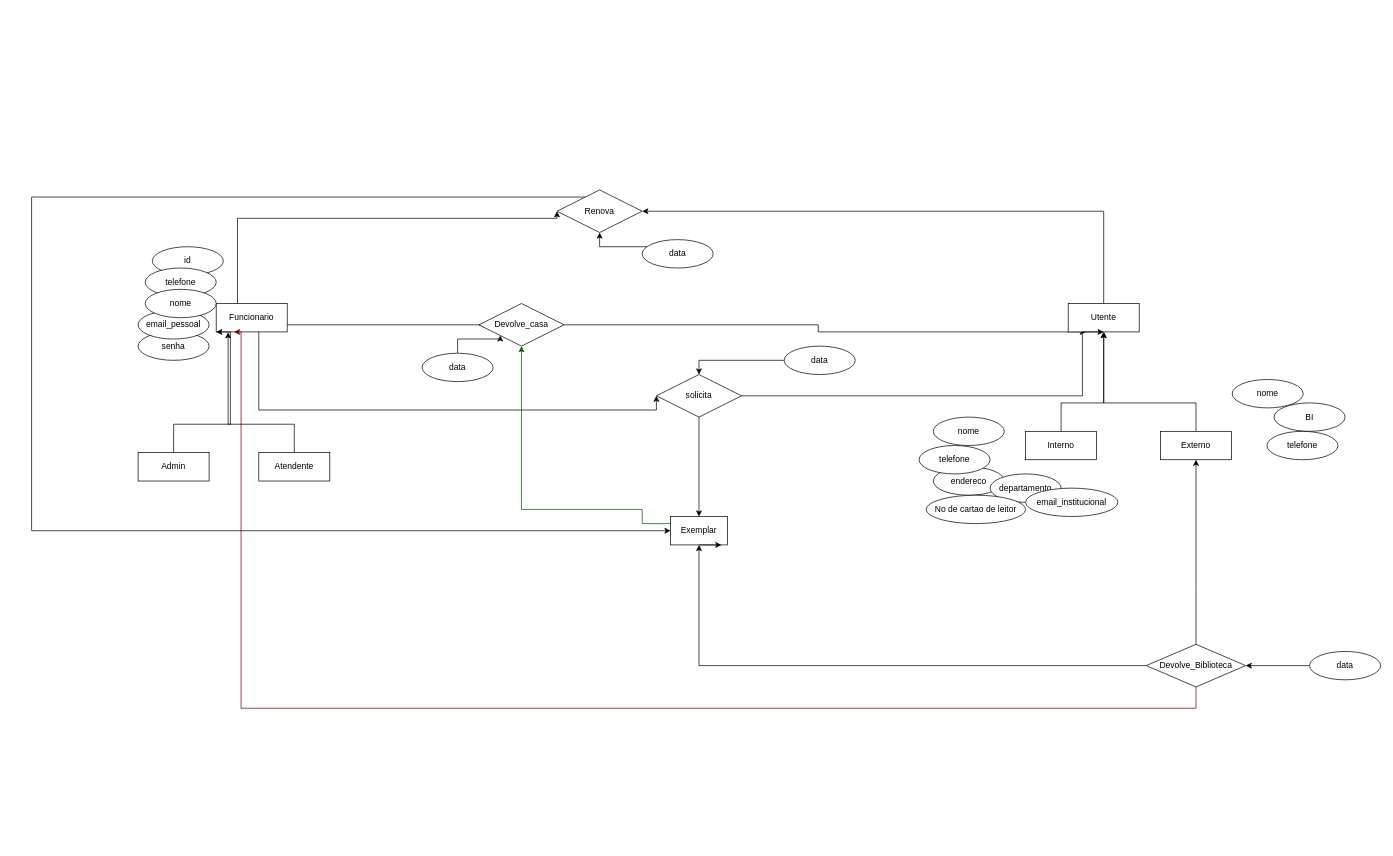
Above: MER/mer_V1.drawio in Frederico100/Projecto_001 (draw.io), before the change. Source tidied: cells renumbered, new cells numbered last; positions are measured from the earlier drawing's top-left corner, leaving out a move shared by most shapes. Both pictures are drawn from the tidied source at 71%, with x=0, y=0 at pixel (31, 190).
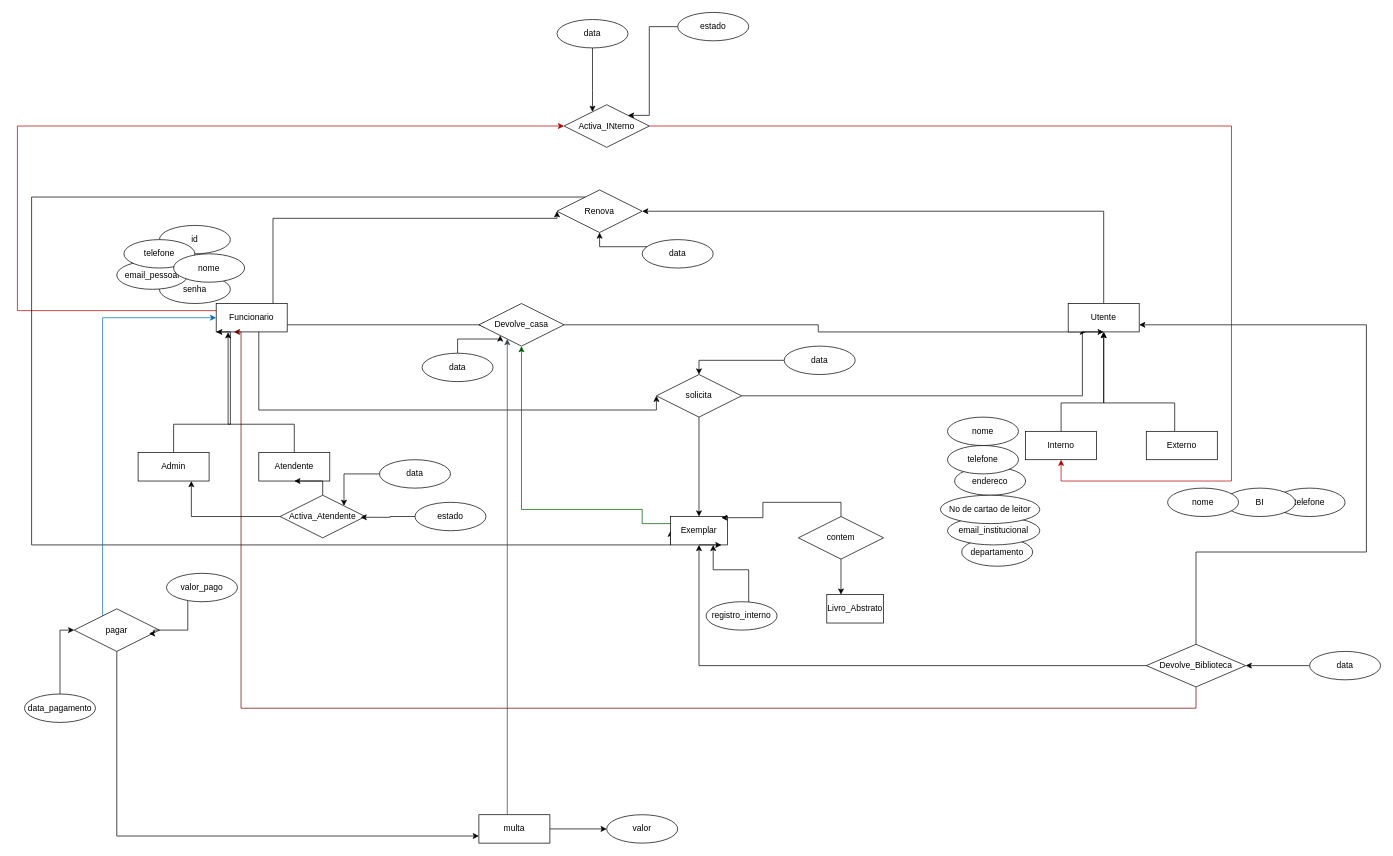
Above is the later version.

The change refers to these unchanged cells:
```xml
<mxCell id="5" value="Funcionario" style="whiteSpace=wrap;html=1;align=center;" parent="1" vertex="1">
  <mxGeometry x="260" y="160" width="100" height="40" as="geometry" />
</mxCell>
<mxCell id="7" value="Devolve_casa" style="shape=rhombus;perimeter=rhombusPerimeter;whiteSpace=wrap;html=1;align=center;" parent="1" vertex="1">
  <mxGeometry x="630" y="160" width="120" height="60" as="geometry" />
</mxCell>
<mxCell id="9" value="Renova" style="shape=rhombus;perimeter=rhombusPerimeter;whiteSpace=wrap;html=1;align=center;" parent="1" vertex="1">
  <mxGeometry x="740" width="120" height="60" as="geometry" />
</mxCell>
<mxCell id="11" value="Utente" style="whiteSpace=wrap;html=1;align=center;" parent="1" vertex="1">
  <mxGeometry x="1460" y="160" width="100" height="40" as="geometry" />
</mxCell>
<mxCell id="13" value="Interno" style="whiteSpace=wrap;html=1;align=center;" parent="1" vertex="1">
  <mxGeometry x="1400" y="340" width="100" height="40" as="geometry" />
</mxCell>
<mxCell id="17" value="Exemplar" style="whiteSpace=wrap;html=1;align=center;" parent="1" vertex="1">
  <mxGeometry x="900" y="460" width="80" height="40" as="geometry" />
</mxCell>
<mxCell id="21" value="Devolve_Biblioteca" style="shape=rhombus;perimeter=rhombusPerimeter;whiteSpace=wrap;html=1;align=center;" parent="1" vertex="1">
  <mxGeometry x="1570" y="640" width="140" height="60" as="geometry" />
</mxCell>
<mxCell id="49" value="Admin" style="whiteSpace=wrap;html=1;align=center;" parent="1" vertex="1">
  <mxGeometry x="150" y="370" width="100" height="40" as="geometry" />
</mxCell>
<mxCell id="51" value="Atendente" style="whiteSpace=wrap;html=1;align=center;" parent="1" vertex="1">
  <mxGeometry x="320" y="370" width="100" height="40" as="geometry" />
</mxCell>
```

What changed in the source:
```diff
@@
     <mxCell id="3" style="edgeStyle=orthogonalEdgeStyle;rounded=0;jettySize=auto;html=1;entryX=0;entryY=0.5;entryDx=0;entryDy=0;" parent="1" edge="1" source="5" target="9">
       <mxGeometry relative="1" as="geometry">
         <Array as="points">
-          <mxPoint x="290" y="40" />
+          <mxPoint x="340" y="40" />
+          <mxPoint x="740" y="40" />
         </Array>
       </mxGeometry>
     </mxCell>
@@
+    <mxCell id="52" style="edgeStyle=orthogonalEdgeStyle;rounded=0;jettySize=auto;html=1;fillColor=#e51400;strokeColor=#B20000;entryX=0;entryY=0.5;entryDx=0;entryDy=0;exitX=0;exitY=0.25;exitDx=0;exitDy=0;" parent="1" edge="1" source="5" target="65">
+      <mxGeometry relative="1" as="geometry">
+        <Array as="points">
+          <mxPoint x="-20" y="170" />
+          <mxPoint x="-20" y="-90" />
+        </Array>
+      </mxGeometry>
+    </mxCell>
@@
     <mxCell id="8" style="edgeStyle=orthogonalEdgeStyle;rounded=0;jettySize=auto;html=1;entryX=0;entryY=0.5;entryDx=0;entryDy=0;" parent="1" edge="1" source="9" target="17">
       <mxGeometry relative="1" as="geometry">
         <Array as="points">
           <mxPoint y="10" />
-          <mxPoint y="480" />
+          <mxPoint y="500" />
+          <mxPoint x="900" y="500" />
         </Array>
       </mxGeometry>
     </mxCell>
@@
     <mxCell id="14" style="edgeStyle=orthogonalEdgeStyle;rounded=0;jettySize=auto;html=1;" parent="1" edge="1" source="15" target="11">
       <mxGeometry relative="1" as="geometry">
         <Array as="points">
-          <mxPoint x="1640" y="300" />
+          <mxPoint x="1610" y="300" />
           <mxPoint x="1510" y="300" />
         </Array>
       </mxGeometry>
     </mxCell>
     <mxCell id="15" value="Externo" style="whiteSpace=wrap;html=1;align=center;" parent="1" vertex="1">
-      <mxGeometry x="1590" y="340" width="100" height="40" as="geometry" />
+      <mxGeometry x="1570" y="340" width="100" height="40" as="geometry" />
     </mxCell>
@@
-    <mxCell id="18" style="edgeStyle=orthogonalEdgeStyle;rounded=0;jettySize=auto;html=1;entryX=0.5;entryY=1;entryDx=0;entryDy=0;" parent="1" edge="1" source="21" target="15">
+    <mxCell id="18" style="edgeStyle=orthogonalEdgeStyle;rounded=0;jettySize=auto;html=1;" parent="1" edge="1" source="21" target="11">
       <mxGeometry relative="1" as="geometry">
         <Array as="points">
-          <mxPoint x="1640" y="560" />
-          <mxPoint x="1640" y="560" />
+          <mxPoint x="1640" y="510" />
+          <mxPoint x="1880" y="510" />
+          <mxPoint x="1880" y="190" />
         </Array>
       </mxGeometry>
     </mxCell>
@@
     <mxCell id="34" value="endereco" style="ellipse;whiteSpace=wrap;html=1;align=center;" parent="1" vertex="1">
-      <mxGeometry x="1270" y="390" width="100" height="40" as="geometry" />
+      <mxGeometry x="1300" y="390" width="100" height="40" as="geometry" />
     </mxCell>
     <mxCell id="35" value="departamento" style="ellipse;whiteSpace=wrap;html=1;align=center;" parent="1" vertex="1">
-      <mxGeometry x="1350" y="400" width="100" height="40" as="geometry" />
+      <mxGeometry x="1310" y="490" width="100" height="40" as="geometry" />
     </mxCell>
     <mxCell id="36" value="email_institucional" style="ellipse;whiteSpace=wrap;html=1;align=center;" parent="1" vertex="1">
-      <mxGeometry x="1400" y="420" width="130" height="40" as="geometry" />
+      <mxGeometry x="1290" y="460" width="130" height="40" as="geometry" />
     </mxCell>
     <mxCell id="37" value="No de cartao de leitor" style="ellipse;whiteSpace=wrap;html=1;align=center;" parent="1" vertex="1">
-      <mxGeometry x="1260" y="430" width="140" height="40" as="geometry" />
+      <mxGeometry x="1280" y="430" width="140" height="40" as="geometry" />
     </mxCell>
     <mxCell id="38" value="telefone" style="ellipse;whiteSpace=wrap;html=1;align=center;" parent="1" vertex="1">
-      <mxGeometry x="1250" y="360" width="100" height="40" as="geometry" />
+      <mxGeometry x="1290" y="360" width="100" height="40" as="geometry" />
     </mxCell>
     <mxCell id="39" value="nome" style="ellipse;whiteSpace=wrap;html=1;align=center;" parent="1" vertex="1">
-      <mxGeometry x="1270" y="320" width="100" height="40" as="geometry" />
+      <mxGeometry x="1290" y="320" width="100" height="40" as="geometry" />
     </mxCell>
     <mxCell id="40" value="telefone" style="ellipse;whiteSpace=wrap;html=1;align=center;" parent="1" vertex="1">
-      <mxGeometry x="1740" y="340" width="100" height="40" as="geometry" />
+      <mxGeometry x="1750" y="420" width="100" height="40" as="geometry" />
     </mxCell>
     <mxCell id="41" value="BI" style="ellipse;whiteSpace=wrap;html=1;align=center;" parent="1" vertex="1">
-      <mxGeometry x="1750" y="300" width="100" height="40" as="geometry" />
+      <mxGeometry x="1680" y="420" width="100" height="40" as="geometry" />
     </mxCell>
     <mxCell id="42" value="nome" style="ellipse;whiteSpace=wrap;html=1;align=center;" parent="1" vertex="1">
-      <mxGeometry x="1691" y="267" width="100" height="40" as="geometry" />
+      <mxGeometry x="1600" y="420" width="100" height="40" as="geometry" />
     </mxCell>
     <mxCell id="43" value="id" style="ellipse;whiteSpace=wrap;html=1;align=center;" parent="1" vertex="1">
-      <mxGeometry x="170" y="80" width="100" height="40" as="geometry" />
+      <mxGeometry x="180" y="50" width="100" height="40" as="geometry" />
     </mxCell>
     <mxCell id="44" value="senha" style="ellipse;whiteSpace=wrap;html=1;align=center;" parent="1" vertex="1">
-      <mxGeometry x="150" y="200" width="100" height="40" as="geometry" />
+      <mxGeometry x="180" y="120" width="100" height="40" as="geometry" />
     </mxCell>
     <mxCell id="45" value="email_pessoal" style="ellipse;whiteSpace=wrap;html=1;align=center;" parent="1" vertex="1">
-      <mxGeometry x="150" y="170" width="100" height="40" as="geometry" />
+      <mxGeometry x="120" y="100" width="100" height="40" as="geometry" />
     </mxCell>
     <mxCell id="46" value="telefone" style="ellipse;whiteSpace=wrap;html=1;align=center;" parent="1" vertex="1">
-      <mxGeometry x="160" y="110" width="100" height="40" as="geometry" />
+      <mxGeometry x="130" y="70" width="100" height="40" as="geometry" />
     </mxCell>
     <mxCell id="47" value="nome" style="ellipse;whiteSpace=wrap;html=1;align=center;" parent="1" vertex="1">
-      <mxGeometry x="160" y="140" width="100" height="40" as="geometry" />
+      <mxGeometry x="200" y="90" width="100" height="40" as="geometry" />
     </mxCell>
@@
+    <mxCell id="53" style="edgeStyle=orthogonalEdgeStyle;rounded=0;jettySize=auto;html=1;entryX=0;entryY=0.75;entryDx=0;entryDy=0;" parent="1" edge="1" source="55" target="58">
+      <mxGeometry relative="1" as="geometry">
+        <Array as="points">
+          <mxPoint x="120" y="910" />
+        </Array>
+      </mxGeometry>
+    </mxCell>
+    <mxCell id="54" style="edgeStyle=orthogonalEdgeStyle;rounded=0;jettySize=auto;html=1;entryX=0;entryY=0.5;entryDx=0;entryDy=0;fillColor=#1ba1e2;strokeColor=#006EAF;" parent="1" edge="1" source="55" target="5">
+      <mxGeometry relative="1" as="geometry">
+        <Array as="points">
+          <mxPoint x="100" y="180" />
+        </Array>
+      </mxGeometry>
+    </mxCell>
+    <mxCell id="55" value="pagar" style="shape=rhombus;perimeter=rhombusPerimeter;whiteSpace=wrap;html=1;align=center;" parent="1" vertex="1">
+      <mxGeometry x="60" y="590" width="120" height="60" as="geometry" />
+    </mxCell>
+    <mxCell id="56" style="edgeStyle=orthogonalEdgeStyle;rounded=0;jettySize=auto;html=1;" parent="1" edge="1" source="58" target="59">
+      <mxGeometry relative="1" as="geometry" />
+    </mxCell>
+    <mxCell id="57" style="edgeStyle=orthogonalEdgeStyle;rounded=0;jettySize=auto;html=1;fillColor=#647687;strokeColor=#314354;" parent="1" edge="1" source="58" target="7">
+      <mxGeometry relative="1" as="geometry">
+        <Array as="points">
+          <mxPoint x="670" y="680" />
+          <mxPoint x="670" y="680" />
+        </Array>
+      </mxGeometry>
+    </mxCell>
+    <mxCell id="58" value="multa" style="whiteSpace=wrap;html=1;align=center;" parent="1" vertex="1">
+      <mxGeometry x="630" y="880" width="100" height="40" as="geometry" />
+    </mxCell>
+    <mxCell id="59" value="valor" style="ellipse;whiteSpace=wrap;html=1;align=center;" parent="1" vertex="1">
+      <mxGeometry x="810" y="880" width="100" height="40" as="geometry" />
+    </mxCell>
+    <mxCell id="60" style="edgeStyle=orthogonalEdgeStyle;rounded=0;jettySize=auto;html=1;entryX=0;entryY=0.5;entryDx=0;entryDy=0;" parent="1" edge="1" source="61" target="55">
+      <mxGeometry relative="1" as="geometry" />
+    </mxCell>
+    <mxCell id="61" value="data_pagamento" style="ellipse;whiteSpace=wrap;html=1;align=center;" parent="1" vertex="1">
+      <mxGeometry x="-10" y="710" width="100" height="40" as="geometry" />
+    </mxCell>
+    <mxCell id="62" style="edgeStyle=orthogonalEdgeStyle;rounded=0;jettySize=auto;html=1;entryX=0.878;entryY=0.582;entryDx=0;entryDy=0;entryPerimeter=0;" parent="1" edge="1" source="63" target="55">
+      <mxGeometry relative="1" as="geometry">
+        <Array as="points">
+          <mxPoint x="220" y="620" />
+          <mxPoint x="172" y="620" />
+          <mxPoint x="172" y="625" />
+        </Array>
+      </mxGeometry>
+    </mxCell>
+    <mxCell id="63" value="valor_pago" style="ellipse;whiteSpace=wrap;html=1;align=center;" parent="1" vertex="1">
+      <mxGeometry x="190" y="540" width="100" height="40" as="geometry" />
+    </mxCell>
+    <mxCell id="64" style="edgeStyle=orthogonalEdgeStyle;rounded=0;jettySize=auto;html=1;entryX=0.5;entryY=1;entryDx=0;entryDy=0;fillColor=#e51400;strokeColor=#B20000;" parent="1" edge="1" source="65" target="13">
+      <mxGeometry relative="1" as="geometry">
+        <Array as="points">
+          <mxPoint x="1690" y="-90" />
+          <mxPoint x="1690" y="410" />
+          <mxPoint x="1450" y="410" />
+        </Array>
+      </mxGeometry>
+    </mxCell>
+    <mxCell id="65" value="Activa_INterno" style="shape=rhombus;perimeter=rhombusPerimeter;whiteSpace=wrap;html=1;align=center;" parent="1" vertex="1">
+      <mxGeometry x="750" y="-120" width="120" height="60" as="geometry" />
+    </mxCell>
+    <mxCell id="66" style="edgeStyle=orthogonalEdgeStyle;rounded=0;jettySize=auto;html=1;" parent="1" edge="1" source="67" target="65">
+      <mxGeometry relative="1" as="geometry">
+        <Array as="points">
+          <mxPoint x="790" y="-140" />
+          <mxPoint x="790" y="-140" />
+        </Array>
+      </mxGeometry>
+    </mxCell>
+    <mxCell id="67" value="data" style="ellipse;whiteSpace=wrap;html=1;align=center;" parent="1" vertex="1">
+      <mxGeometry x="740" y="-240" width="100" height="40" as="geometry" />
+    </mxCell>
+    <mxCell id="68" style="edgeStyle=orthogonalEdgeStyle;rounded=0;jettySize=auto;html=1;entryX=1;entryY=0;entryDx=0;entryDy=0;" parent="1" edge="1" source="69" target="65">
+      <mxGeometry relative="1" as="geometry">
+        <Array as="points">
+          <mxPoint x="870" y="-230" />
+          <mxPoint x="870" y="-105" />
+        </Array>
+      </mxGeometry>
+    </mxCell>
+    <mxCell id="69" value="estado" style="ellipse;whiteSpace=wrap;html=1;align=center;" parent="1" vertex="1">
+      <mxGeometry x="910" y="-250" width="100" height="40" as="geometry" />
+    </mxCell>
+    <mxCell id="70" value="Livro_Abstrato" style="whiteSpace=wrap;html=1;align=center;" parent="1" vertex="1">
+      <mxGeometry x="1120" y="570" width="80" height="40" as="geometry" />
+    </mxCell>
+    <mxCell id="71" style="edgeStyle=orthogonalEdgeStyle;rounded=0;jettySize=auto;html=1;entryX=0.893;entryY=0.041;entryDx=0;entryDy=0;entryPerimeter=0;" parent="1" edge="1" source="73" target="17">
+      <mxGeometry relative="1" as="geometry">
+        <Array as="points">
+          <mxPoint x="1140" y="440" />
+          <mxPoint x="1030" y="440" />
+          <mxPoint x="1030" y="462" />
+        </Array>
+      </mxGeometry>
+    </mxCell>
+    <mxCell id="72" style="edgeStyle=orthogonalEdgeStyle;rounded=0;jettySize=auto;html=1;entryX=0.25;entryY=0;entryDx=0;entryDy=0;" parent="1" edge="1" source="73" target="70">
+      <mxGeometry relative="1" as="geometry" />
+    </mxCell>
+    <mxCell id="73" value="contem" style="shape=rhombus;perimeter=rhombusPerimeter;whiteSpace=wrap;html=1;align=center;" parent="1" vertex="1">
+      <mxGeometry x="1080" y="460" width="120" height="60" as="geometry" />
+    </mxCell>
+    <mxCell id="74" style="edgeStyle=orthogonalEdgeStyle;rounded=0;jettySize=auto;html=1;" parent="1" edge="1" source="75" target="17">
+      <mxGeometry relative="1" as="geometry">
+        <Array as="points">
+          <mxPoint x="1010" y="535" />
+          <mxPoint x="960" y="535" />
+        </Array>
+      </mxGeometry>
+    </mxCell>
+    <mxCell id="75" value="registro_interno" style="ellipse;whiteSpace=wrap;html=1;align=center;" parent="1" vertex="1">
+      <mxGeometry x="950" y="580" width="100" height="40" as="geometry" />
+    </mxCell>
+    <mxCell id="76" style="edgeStyle=orthogonalEdgeStyle;rounded=0;jettySize=auto;html=1;entryX=0.75;entryY=1;entryDx=0;entryDy=0;" parent="1" edge="1" source="78" target="49">
+      <mxGeometry relative="1" as="geometry" />
+    </mxCell>
+    <mxCell id="77" style="edgeStyle=orthogonalEdgeStyle;rounded=0;jettySize=auto;html=1;" parent="1" edge="1" source="78" target="51">
+      <mxGeometry relative="1" as="geometry" />
+    </mxCell>
+    <mxCell id="78" value="Activa_Atendente" style="shape=rhombus;perimeter=rhombusPerimeter;whiteSpace=wrap;html=1;align=center;" parent="1" vertex="1">
+      <mxGeometry x="350" y="430" width="120" height="60" as="geometry" />
+    </mxCell>
+    <mxCell id="79" style="edgeStyle=orthogonalEdgeStyle;rounded=0;jettySize=auto;html=1;entryX=1;entryY=0;entryDx=0;entryDy=0;" parent="1" edge="1" source="80" target="78">
+      <mxGeometry relative="1" as="geometry" />
+    </mxCell>
+    <mxCell id="80" value="data" style="ellipse;whiteSpace=wrap;html=1;align=center;" parent="1" vertex="1">
+      <mxGeometry x="490" y="380" width="100" height="40" as="geometry" />
+    </mxCell>
+    <mxCell id="81" style="edgeStyle=orthogonalEdgeStyle;rounded=0;jettySize=auto;html=1;entryX=0.945;entryY=0.518;entryDx=0;entryDy=0;entryPerimeter=0;" parent="1" edge="1" source="82" target="78">
+      <mxGeometry relative="1" as="geometry" />
+    </mxCell>
+    <mxCell id="82" value="estado" style="ellipse;whiteSpace=wrap;html=1;align=center;" parent="1" vertex="1">
+      <mxGeometry x="540" y="440" width="100" height="40" as="geometry" />
+    </mxCell>
```
